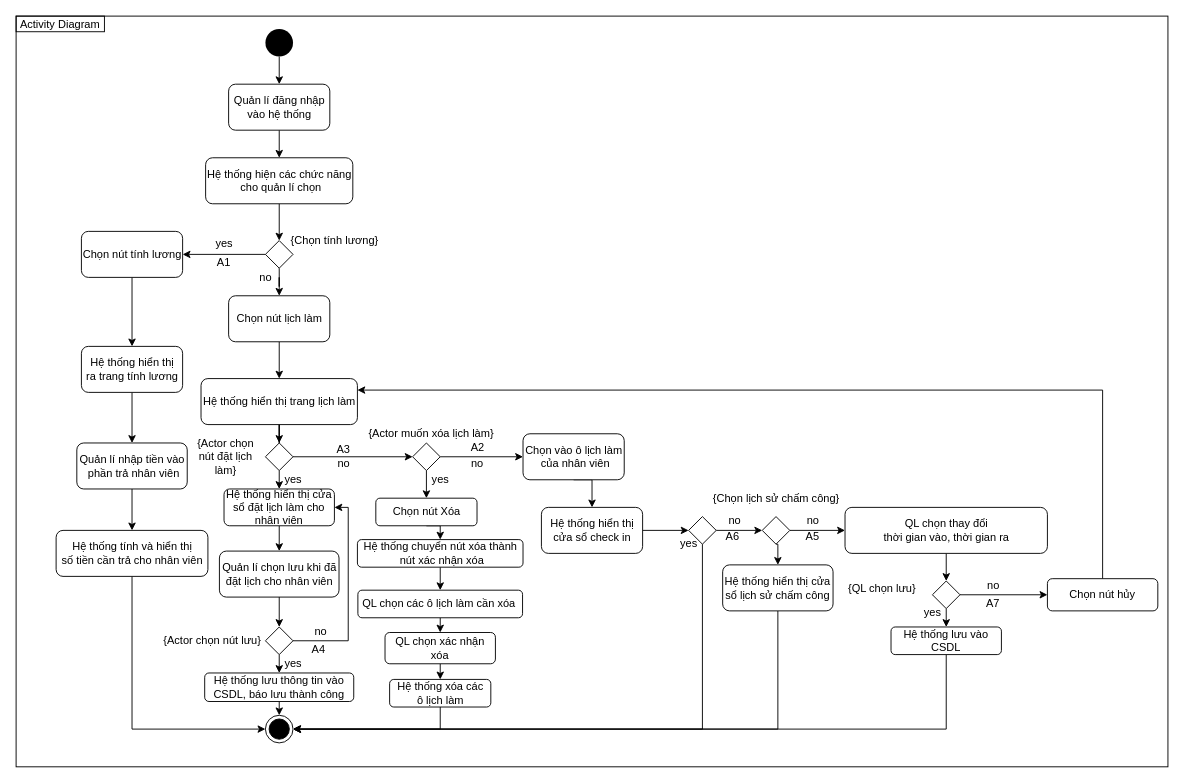
Above: Thiết kế/Activity/Chấm công v2.drawio in CNPM-Team-1/CNPM (draw.io), before the change. Source tidied: cells renumbered, new cells numbered last; positions are measured from the earlier drawing's top-left corner, leaving out a move shared by most shapes. Both pictures are drawn from the tidied source at 92%, with x=0, y=0 at pixel (16, 16).
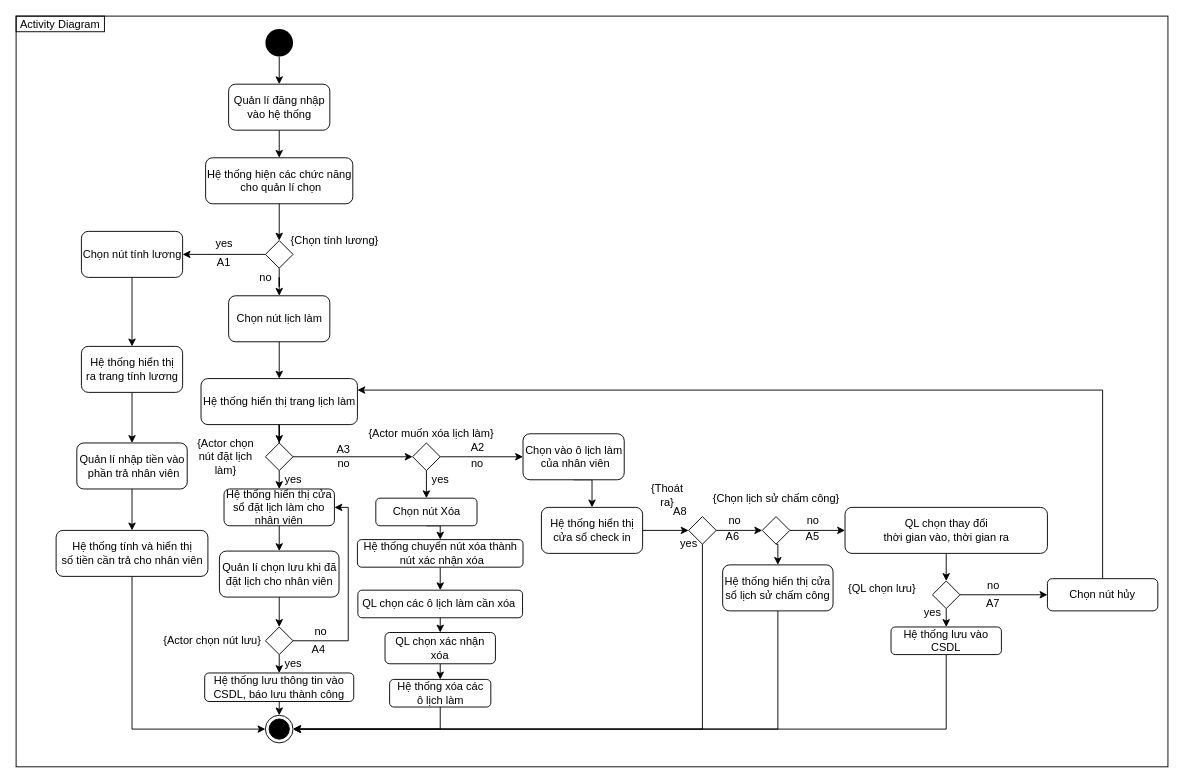
The same diagram, later.

Commit message (it also covers changes not shown here):
acitivty, ucformat update

What changed in the source:
```diff
@@
+    <mxCell id="99" value="A8" style="text;html=1;strokeColor=none;fillColor=none;align=center;verticalAlign=middle;whiteSpace=wrap;rounded=0;" parent="1" vertex="1">
+      <mxGeometry x="702" y="529" width="40" height="20" as="geometry" />
+    </mxCell>
+    <mxCell id="100" value="{Thoát ra}" style="text;html=1;strokeColor=none;fillColor=none;align=center;verticalAlign=middle;whiteSpace=wrap;rounded=0;" parent="1" vertex="1">
+      <mxGeometry x="688" y="511" width="40" height="20" as="geometry" />
+    </mxCell>
```
